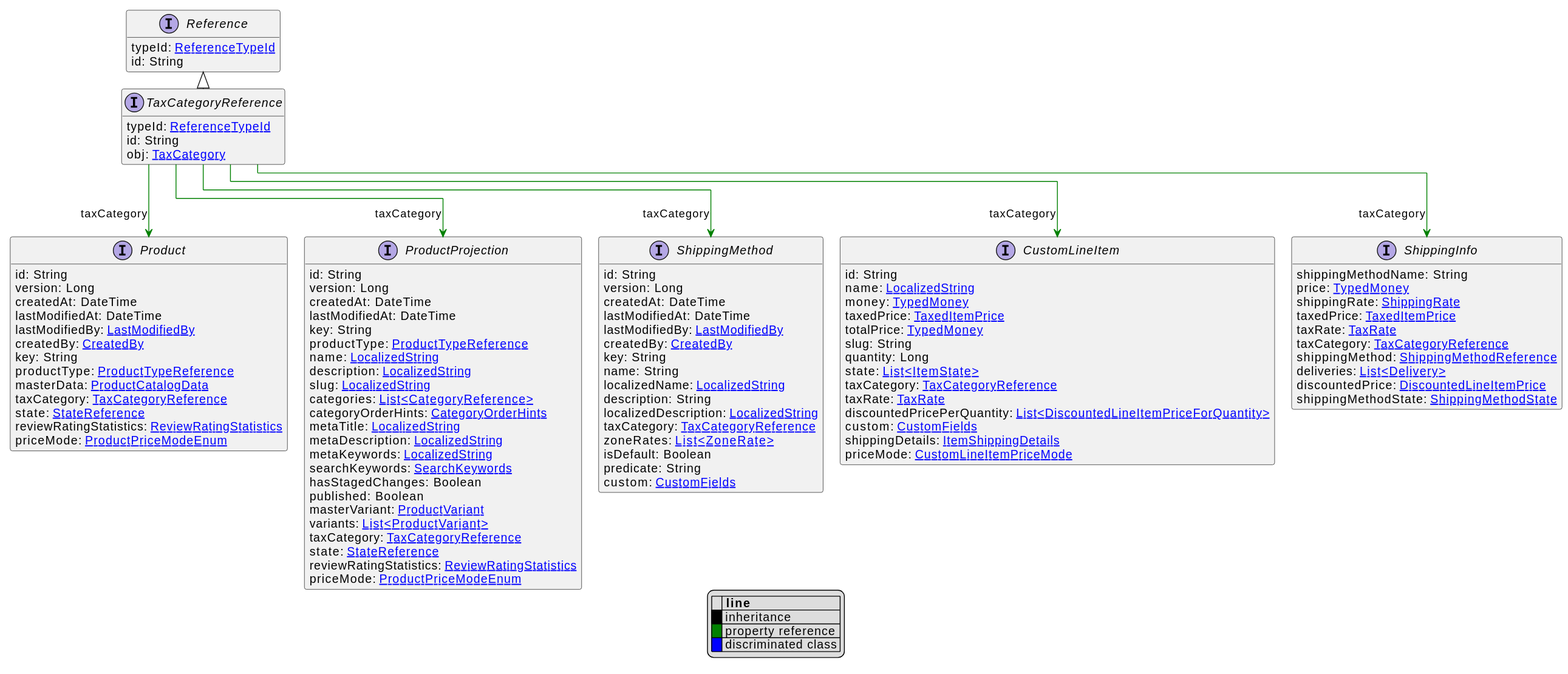
commercetools/commercetools-api-reference keeps this PlantUML diagram as uml/api/svg/TaxCategoryReference.svg. Above is the earlier version. Source of this version:
```plantuml
@startuml
!pragma layout elk
hide empty fields
hide empty methods
legend
|= |= line |
|<back:black>   </back>| inheritance |
|<back:green>   </back>| property reference |
|<back:blue>   </back>| discriminated class |
endlegend
interface TaxCategoryReference [[TaxCategoryReference.svg]] extends Reference {
    typeId: [[ReferenceTypeId.svg ReferenceTypeId]]
    id: String
    obj: [[TaxCategory.svg TaxCategory]]
}
interface Reference [[Reference.svg]]  {
    typeId: [[ReferenceTypeId.svg ReferenceTypeId]]
    id: String
}


interface CustomLineItem [[CustomLineItem.svg]]  {
    id: String
    name: [[LocalizedString.svg LocalizedString]]
    money: [[TypedMoney.svg TypedMoney]]
    taxedPrice: [[TaxedItemPrice.svg TaxedItemPrice]]
    totalPrice: [[TypedMoney.svg TypedMoney]]
    slug: String
    quantity: Long
    state: [[ItemState.svg List<ItemState>]]
    taxCategory: [[TaxCategoryReference.svg TaxCategoryReference]]
    taxRate: [[TaxRate.svg TaxRate]]
    discountedPricePerQuantity: [[DiscountedLineItemPriceForQuantity.svg List<DiscountedLineItemPriceForQuantity>]]
    custom: [[CustomFields.svg CustomFields]]
    shippingDetails: [[ItemShippingDetails.svg ItemShippingDetails]]
    priceMode: [[CustomLineItemPriceMode.svg CustomLineItemPriceMode]]
}
interface ShippingInfo [[ShippingInfo.svg]]  {
    shippingMethodName: String
    price: [[TypedMoney.svg TypedMoney]]
    shippingRate: [[ShippingRate.svg ShippingRate]]
    taxedPrice: [[TaxedItemPrice.svg TaxedItemPrice]]
    taxRate: [[TaxRate.svg TaxRate]]
    taxCategory: [[TaxCategoryReference.svg TaxCategoryReference]]
    shippingMethod: [[ShippingMethodReference.svg ShippingMethodReference]]
    deliveries: [[Delivery.svg List<Delivery>]]
    discountedPrice: [[DiscountedLineItemPrice.svg DiscountedLineItemPrice]]
    shippingMethodState: [[ShippingMethodState.svg ShippingMethodState]]
}
interface Product [[Product.svg]]  {
    id: String
    version: Long
    createdAt: DateTime
    lastModifiedAt: DateTime
    lastModifiedBy: [[LastModifiedBy.svg LastModifiedBy]]
    createdBy: [[CreatedBy.svg CreatedBy]]
    key: String
    productType: [[ProductTypeReference.svg ProductTypeReference]]
    masterData: [[ProductCatalogData.svg ProductCatalogData]]
    taxCategory: [[TaxCategoryReference.svg TaxCategoryReference]]
    state: [[StateReference.svg StateReference]]
    reviewRatingStatistics: [[ReviewRatingStatistics.svg ReviewRatingStatistics]]
    priceMode: [[ProductPriceModeEnum.svg ProductPriceModeEnum]]
}
interface ProductProjection [[ProductProjection.svg]]  {
    id: String
    version: Long
    createdAt: DateTime
    lastModifiedAt: DateTime
    key: String
    productType: [[ProductTypeReference.svg ProductTypeReference]]
    name: [[LocalizedString.svg LocalizedString]]
    description: [[LocalizedString.svg LocalizedString]]
    slug: [[LocalizedString.svg LocalizedString]]
    categories: [[CategoryReference.svg List<CategoryReference>]]
    categoryOrderHints: [[CategoryOrderHints.svg CategoryOrderHints]]
    metaTitle: [[LocalizedString.svg LocalizedString]]
    metaDescription: [[LocalizedString.svg LocalizedString]]
    metaKeywords: [[LocalizedString.svg LocalizedString]]
    searchKeywords: [[SearchKeywords.svg SearchKeywords]]
    hasStagedChanges: Boolean
    published: Boolean
    masterVariant: [[ProductVariant.svg ProductVariant]]
    variants: [[ProductVariant.svg List<ProductVariant>]]
    taxCategory: [[TaxCategoryReference.svg TaxCategoryReference]]
    state: [[StateReference.svg StateReference]]
    reviewRatingStatistics: [[ReviewRatingStatistics.svg ReviewRatingStatistics]]
    priceMode: [[ProductPriceModeEnum.svg ProductPriceModeEnum]]
}
interface ShippingMethod [[ShippingMethod.svg]]  {
    id: String
    version: Long
    createdAt: DateTime
    lastModifiedAt: DateTime
    lastModifiedBy: [[LastModifiedBy.svg LastModifiedBy]]
    createdBy: [[CreatedBy.svg CreatedBy]]
    key: String
    name: String
    localizedName: [[LocalizedString.svg LocalizedString]]
    description: String
    localizedDescription: [[LocalizedString.svg LocalizedString]]
    taxCategory: [[TaxCategoryReference.svg TaxCategoryReference]]
    zoneRates: [[ZoneRate.svg List<ZoneRate>]]
    isDefault: Boolean
    predicate: String
    custom: [[CustomFields.svg CustomFields]]
}

TaxCategoryReference --> CustomLineItem #green;text:green : "taxCategory"
TaxCategoryReference --> ShippingInfo #green;text:green : "taxCategory"
TaxCategoryReference --> Product #green;text:green : "taxCategory"
TaxCategoryReference --> ProductProjection #green;text:green : "taxCategory"
TaxCategoryReference --> ShippingMethod #green;text:green : "taxCategory"
@enduml
```
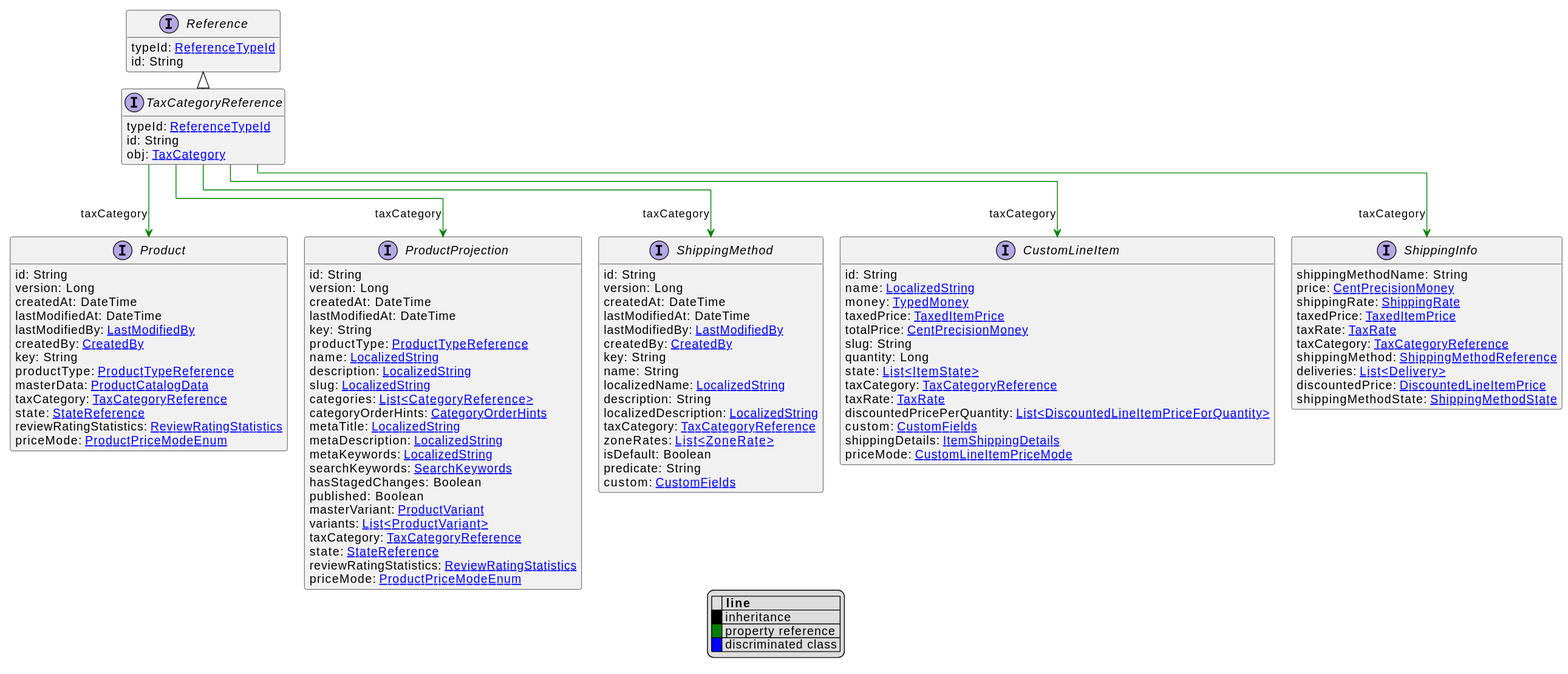
Later version of the same file.

Diff of the diagram source:
```diff
@@ -24,7 +24,7 @@
     name: [[LocalizedString.svg LocalizedString]]
     money: [[TypedMoney.svg TypedMoney]]
     taxedPrice: [[TaxedItemPrice.svg TaxedItemPrice]]
-    totalPrice: [[TypedMoney.svg TypedMoney]]
+    totalPrice: [[CentPrecisionMoney.svg CentPrecisionMoney]]
     slug: String
     quantity: Long
     state: [[ItemState.svg List<ItemState>]]
@@ -37,7 +37,7 @@
 }
 interface ShippingInfo [[ShippingInfo.svg]]  {
     shippingMethodName: String
-    price: [[TypedMoney.svg TypedMoney]]
+    price: [[CentPrecisionMoney.svg CentPrecisionMoney]]
     shippingRate: [[ShippingRate.svg ShippingRate]]
     taxedPrice: [[TaxedItemPrice.svg TaxedItemPrice]]
     taxRate: [[TaxRate.svg TaxRate]]
```
